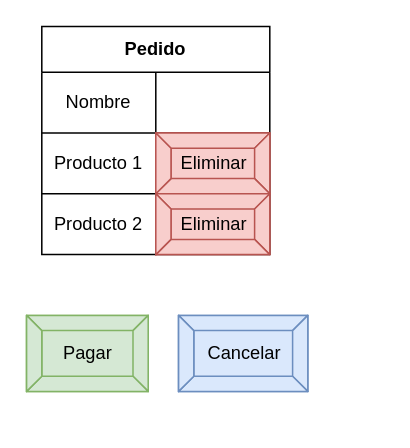
The draw.io diagram page "PedidosUser" (9 of 9) of ListaCompra.drawio in katacliny/practica, before the edit. Source tidied: cells renumbered, new cells numbered last; positions are measured from the earlier drawing's top-left corner, leaving out a move shared by most shapes. Both pictures are drawn from the tidied source at 152%, with x=0, y=0 at pixel (26, 26).
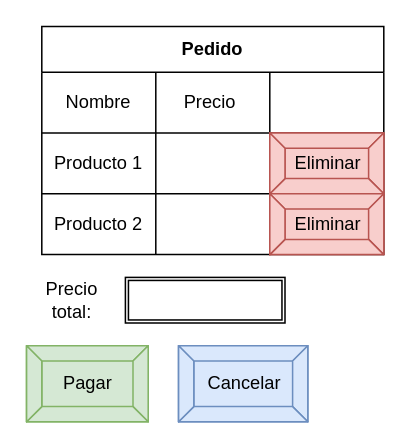
Above is the later version.

Change to the diagram source:
```diff
@@
     <mxCell id="2" value="Pedido" style="shape=table;html=1;whiteSpace=wrap;startSize=30;childLayout=tableLayout;fontStyle=1;align=center;" parent="1" vertex="1">
-      <mxGeometry x="10" width="150" height="150" as="geometry" />
+      <mxGeometry x="10" width="225" height="150" as="geometry" />
     </mxCell>
     <mxCell id="3" style="shape=partialRectangle;html=1;whiteSpace=wrap;fillColor=none;top=0;left=0;bottom=0;right=0;" parent="2" vertex="1">
-      <mxGeometry y="30" width="150" height="40" as="geometry" />
+      <mxGeometry y="30" width="225" height="40" as="geometry" />
     </mxCell>
@@
-    <mxCell id="5" style="shape=partialRectangle;html=1;whiteSpace=wrap;fillColor=none;top=0;left=0;bottom=0;right=0;overflow=hidden;" parent="3" vertex="1">
+    <mxCell id="5" value="Precio&amp;nbsp;" style="shape=partialRectangle;html=1;whiteSpace=wrap;fillColor=none;top=0;left=0;bottom=0;right=0;overflow=hidden;" parent="3" vertex="1">
       <mxGeometry x="75" width="75" height="40" as="geometry" />
     </mxCell>
+    <mxCell id="16" style="shape=partialRectangle;html=1;whiteSpace=wrap;fillColor=none;top=0;left=0;bottom=0;right=0;overflow=hidden;" parent="3" vertex="1">
+      <mxGeometry x="150" width="75" height="40" as="geometry" />
+    </mxCell>
     <mxCell id="6" style="shape=partialRectangle;html=1;whiteSpace=wrap;fillColor=none;top=0;left=0;bottom=0;right=0;" parent="2" vertex="1">
-      <mxGeometry y="70" width="150" height="40" as="geometry" />
+      <mxGeometry y="70" width="225" height="40" as="geometry" />
     </mxCell>
@@
+    <mxCell id="17" style="shape=partialRectangle;html=1;whiteSpace=wrap;fillColor=none;top=0;left=0;bottom=0;right=0;overflow=hidden;" parent="6" vertex="1">
+      <mxGeometry x="150" width="75" height="40" as="geometry" />
+    </mxCell>
     <mxCell id="9" style="shape=partialRectangle;html=1;whiteSpace=wrap;fillColor=none;top=0;left=0;bottom=0;right=0;" parent="2" vertex="1">
-      <mxGeometry y="110" width="150" height="40" as="geometry" />
+      <mxGeometry y="110" width="225" height="40" as="geometry" />
     </mxCell>
@@
+    <mxCell id="18" style="shape=partialRectangle;html=1;whiteSpace=wrap;fillColor=none;top=0;left=0;bottom=0;right=0;overflow=hidden;" parent="9" vertex="1">
+      <mxGeometry x="150" width="75" height="40" as="geometry" />
+    </mxCell>
     <mxCell id="12" value="Cancelar" style="labelPosition=center;verticalLabelPosition=middle;align=center;html=1;shape=mxgraph.basic.button;dx=10;fillColor=#dae8fc;strokeColor=#6c8ebf;" parent="1" vertex="1">
-      <mxGeometry x="100" y="190" width="85" height="50" as="geometry" />
+      <mxGeometry x="100" y="210" width="85" height="50" as="geometry" />
     </mxCell>
     <mxCell id="13" value="Pagar" style="labelPosition=center;verticalLabelPosition=middle;align=center;html=1;shape=mxgraph.basic.button;dx=10;fillColor=#d5e8d4;strokeColor=#82b366;" parent="1" vertex="1">
-      <mxGeometry y="190" width="80" height="50" as="geometry" />
+      <mxGeometry y="210" width="80" height="50" as="geometry" />
     </mxCell>
     <mxCell id="14" value="Eliminar" style="labelPosition=center;verticalLabelPosition=middle;align=center;html=1;shape=mxgraph.basic.button;dx=10;fillColor=#f8cecc;strokeColor=#b85450;" parent="1" vertex="1">
-      <mxGeometry x="85" y="70" width="75" height="40" as="geometry" />
+      <mxGeometry x="160" y="70" width="75" height="40" as="geometry" />
     </mxCell>
     <mxCell id="15" value="Eliminar" style="labelPosition=center;verticalLabelPosition=middle;align=center;html=1;shape=mxgraph.basic.button;dx=10;fillColor=#f8cecc;strokeColor=#b85450;" parent="1" vertex="1">
-      <mxGeometry x="85" y="110" width="75" height="40" as="geometry" />
+      <mxGeometry x="160" y="110" width="75" height="40" as="geometry" />
     </mxCell>
+    <mxCell id="19" value="Precio total:" style="text;html=1;strokeColor=none;fillColor=none;align=center;verticalAlign=middle;whiteSpace=wrap;rounded=0;" parent="1" vertex="1">
+      <mxGeometry x="10" y="170" width="40" height="20" as="geometry" />
+    </mxCell>
+    <mxCell id="20" style="shape=ext;double=1;rounded=0;whiteSpace=wrap;html=1;" parent="1" vertex="1">
+      <mxGeometry x="65" y="165" width="105" height="30" as="geometry" />
+    </mxCell>
```
